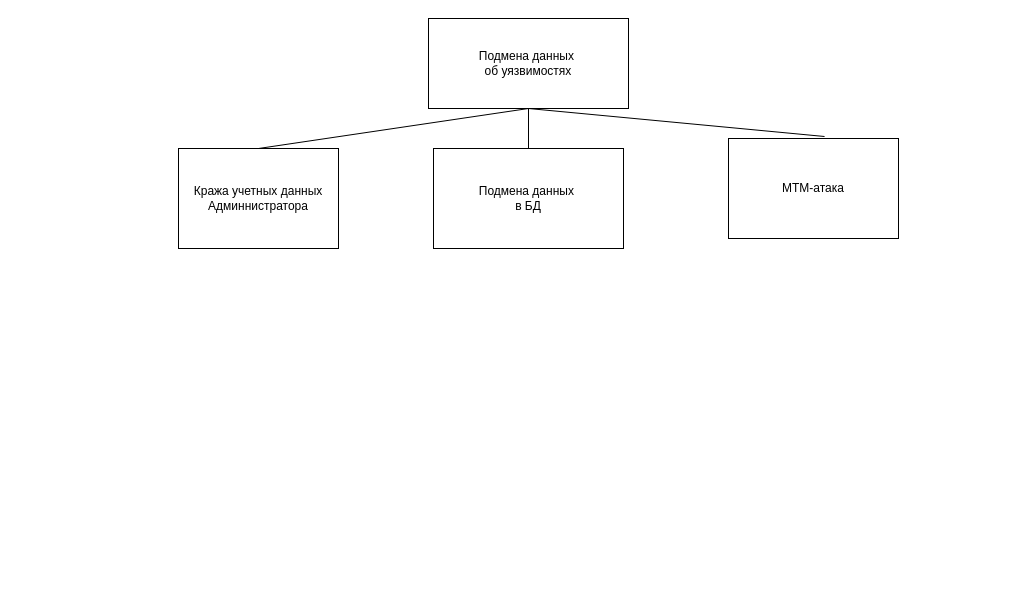
This is page "Page-3" (3 of 5) of Дерево опасности несанкционированного доступа пользователя.drawio from oussamanech/Git01, a draw.io file, before an edit. Source tidied: cells renumbered, new cells numbered last; positions are measured from the earlier drawing's top-left corner, leaving out a move shared by most shapes. Both pictures are drawn from the tidied source at 100%, with x=0, y=0 at pixel (178, 18).
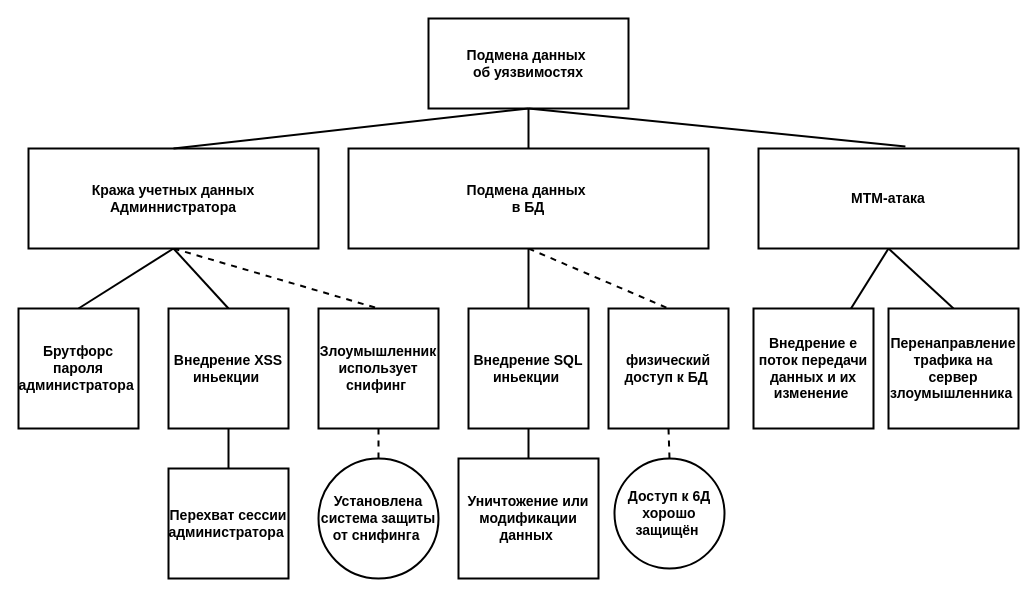
The same page after the edit.

Change to the diagram source:
```diff
@@
-    <mxCell id="2" value="Подмена данных&amp;nbsp;&lt;br&gt;об уязвимостях" style="rounded=0;whiteSpace=wrap;html=1;" parent="1" vertex="1">
+    <mxCell id="2" value="Подмена данных&amp;nbsp;&lt;br style=&quot;font-size: 14px;&quot;&gt;об уязвимостях" style="rounded=0;whiteSpace=wrap;html=1;fontSize=14;fontStyle=1;strokeWidth=2;" parent="1" vertex="1">
       <mxGeometry x="250" width="200" height="90" as="geometry" />
     </mxCell>
+    <mxCell id="9" style="edgeStyle=none;rounded=0;sketch=0;jumpStyle=none;jettySize=auto;html=1;exitX=0.5;exitY=1;exitDx=0;exitDy=0;entryX=0.5;entryY=0;entryDx=0;entryDy=0;shadow=0;fontSize=14;endArrow=none;endFill=0;strokeColor=default;strokeWidth=2;fontStyle=1;" parent="1" edge="1" source="3" target="16">
+      <mxGeometry relative="1" as="geometry" />
+    </mxCell>
+    <mxCell id="10" style="edgeStyle=none;rounded=0;sketch=0;jumpStyle=none;jettySize=auto;html=1;exitX=0.5;exitY=1;exitDx=0;exitDy=0;entryX=0.5;entryY=0;entryDx=0;entryDy=0;shadow=0;fontSize=14;endArrow=none;endFill=0;strokeColor=default;strokeWidth=2;fontStyle=1;" parent="1" edge="1" source="3" target="18">
+      <mxGeometry relative="1" as="geometry" />
+    </mxCell>
+    <mxCell id="11" style="edgeStyle=none;rounded=0;sketch=0;jumpStyle=none;jettySize=auto;html=1;exitX=0.5;exitY=1;exitDx=0;exitDy=0;entryX=0.5;entryY=0;entryDx=0;entryDy=0;shadow=0;fontSize=14;endArrow=none;endFill=0;strokeColor=default;strokeWidth=2;dashed=1;fontStyle=1;" parent="1" edge="1" source="3" target="20">
+      <mxGeometry relative="1" as="geometry" />
+    </mxCell>
-    <mxCell id="3" value="Кража учетных данных&lt;br&gt;Админнистратора" style="rounded=0;whiteSpace=wrap;html=1;" parent="1" vertex="1">
-      <mxGeometry y="130" width="160" height="100" as="geometry" />
+    <mxCell id="3" value="Кража учетных данных&lt;br style=&quot;font-size: 14px;&quot;&gt;Админнистратора" style="rounded=0;whiteSpace=wrap;html=1;fontSize=14;fontStyle=1;strokeWidth=2;" parent="1" vertex="1">
+      <mxGeometry x="-150" y="130" width="290" height="100" as="geometry" />
     </mxCell>
+    <mxCell id="12" style="edgeStyle=none;rounded=0;sketch=0;jumpStyle=none;jettySize=auto;html=1;exitX=0.5;exitY=1;exitDx=0;exitDy=0;entryX=0.5;entryY=0;entryDx=0;entryDy=0;shadow=0;fontSize=14;endArrow=none;endFill=0;strokeColor=default;strokeWidth=2;fontStyle=1;" parent="1" edge="1" source="4" target="22">
+      <mxGeometry relative="1" as="geometry" />
+    </mxCell>
+    <mxCell id="13" style="edgeStyle=none;rounded=0;sketch=0;jumpStyle=none;jettySize=auto;html=1;exitX=0.5;exitY=1;exitDx=0;exitDy=0;entryX=0.5;entryY=0;entryDx=0;entryDy=0;shadow=0;fontSize=14;endArrow=none;endFill=0;strokeColor=default;strokeWidth=2;dashed=1;fontStyle=1;" parent="1" edge="1" source="4" target="26">
+      <mxGeometry relative="1" as="geometry" />
+    </mxCell>
-    <mxCell id="4" value="Подмена данных&amp;nbsp;&lt;br&gt;в БД" style="rounded=0;whiteSpace=wrap;html=1;" parent="1" vertex="1">
-      <mxGeometry x="255" y="130" width="190" height="100" as="geometry" />
+    <mxCell id="4" value="Подмена данных&amp;nbsp;&lt;br style=&quot;font-size: 14px;&quot;&gt;в БД" style="rounded=0;whiteSpace=wrap;html=1;fontSize=14;fontStyle=1;strokeWidth=2;" parent="1" vertex="1">
+      <mxGeometry x="170" y="130" width="360" height="100" as="geometry" />
     </mxCell>
+    <mxCell id="14" style="edgeStyle=none;rounded=0;sketch=0;jumpStyle=none;jettySize=auto;html=1;exitX=0.5;exitY=1;exitDx=0;exitDy=0;shadow=0;fontSize=14;endArrow=none;endFill=0;strokeColor=default;strokeWidth=2;fontStyle=1;" parent="1" edge="1" source="5" target="27">
+      <mxGeometry relative="1" as="geometry" />
+    </mxCell>
+    <mxCell id="15" style="edgeStyle=none;rounded=0;sketch=0;jumpStyle=none;jettySize=auto;html=1;exitX=0.5;exitY=1;exitDx=0;exitDy=0;entryX=0.5;entryY=0;entryDx=0;entryDy=0;shadow=0;fontSize=14;endArrow=none;endFill=0;strokeColor=default;strokeWidth=2;fontStyle=1;" parent="1" edge="1" source="5" target="28">
+      <mxGeometry relative="1" as="geometry" />
+    </mxCell>
-    <mxCell id="5" value="МТМ-атака" style="rounded=0;whiteSpace=wrap;html=1;" parent="1" vertex="1">
-      <mxGeometry x="550" y="120" width="170" height="100" as="geometry" />
+    <mxCell id="5" value="МТМ-атака" style="rounded=0;whiteSpace=wrap;html=1;fontSize=14;fontStyle=1;strokeWidth=2;" parent="1" vertex="1">
+      <mxGeometry x="580" y="130" width="260" height="100" as="geometry" />
     </mxCell>
-    <mxCell id="6" style="endArrow=none;html=1;rounded=0;shadow=0;sketch=0;strokeColor=default;jumpStyle=none;entryX=0.5;entryY=1;entryDx=0;entryDy=0;exitX=0.5;exitY=0;exitDx=0;exitDy=0;" parent="1" edge="1" source="3" target="2">
+    <mxCell id="6" style="endArrow=none;html=1;rounded=0;shadow=0;sketch=0;strokeColor=default;jumpStyle=none;entryX=0.5;entryY=1;entryDx=0;entryDy=0;exitX=0.5;exitY=0;exitDx=0;exitDy=0;fontSize=14;fontStyle=1;strokeWidth=2;" parent="1" edge="1" source="3" target="2">
       <mxGeometry relative="1" as="geometry" />
     </mxCell>
-    <mxCell id="7" style="endArrow=none;html=1;rounded=0;shadow=0;sketch=0;strokeColor=default;jumpStyle=none;entryX=0.5;entryY=1;entryDx=0;entryDy=0;exitX=0.565;exitY=-0.02;exitDx=0;exitDy=0;exitPerimeter=0;" parent="1" edge="1" source="5" target="2">
+    <mxCell id="7" style="endArrow=none;html=1;rounded=0;shadow=0;sketch=0;strokeColor=default;jumpStyle=none;entryX=0.5;entryY=1;entryDx=0;entryDy=0;exitX=0.565;exitY=-0.02;exitDx=0;exitDy=0;exitPerimeter=0;fontSize=14;fontStyle=1;strokeWidth=2;" parent="1" edge="1" source="5" target="2">
       <mxGeometry relative="1" as="geometry" />
     </mxCell>
-    <mxCell id="8" style="endArrow=none;html=1;rounded=0;shadow=0;sketch=0;strokeColor=default;jumpStyle=none;entryX=0.5;entryY=1;entryDx=0;entryDy=0;" parent="1" edge="1" source="4" target="2">
+    <mxCell id="8" style="endArrow=none;html=1;rounded=0;shadow=0;sketch=0;strokeColor=default;jumpStyle=none;entryX=0.5;entryY=1;entryDx=0;entryDy=0;fontSize=14;fontStyle=1;strokeWidth=2;" parent="1" edge="1" source="4" target="2">
       <mxGeometry relative="1" as="geometry" />
     </mxCell>
+    <mxCell id="16" value="Брутфорс пароля администратора&amp;nbsp;" style="rounded=0;whiteSpace=wrap;html=1;fontSize=14;strokeWidth=2;fontStyle=1;" parent="1" vertex="1">
+      <mxGeometry x="-160" y="290" width="120" height="120" as="geometry" />
+    </mxCell>
+    <mxCell id="17" style="edgeStyle=none;rounded=0;sketch=0;jumpStyle=none;jettySize=auto;html=1;exitX=0.5;exitY=1;exitDx=0;exitDy=0;entryX=0.5;entryY=0;entryDx=0;entryDy=0;shadow=0;fontSize=14;endArrow=none;endFill=0;strokeColor=default;strokeWidth=2;fontStyle=1;" parent="1" edge="1" source="18" target="23">
+      <mxGeometry relative="1" as="geometry" />
+    </mxCell>
+    <mxCell id="18" value="Внедрение XSS иньекции&amp;nbsp;" style="rounded=0;whiteSpace=wrap;html=1;fontSize=14;strokeWidth=2;fontStyle=1;" parent="1" vertex="1">
+      <mxGeometry x="-10" y="290" width="120" height="120" as="geometry" />
+    </mxCell>
+    <mxCell id="19" style="edgeStyle=none;rounded=0;sketch=0;jumpStyle=none;jettySize=auto;html=1;exitX=0.5;exitY=1;exitDx=0;exitDy=0;entryX=0.5;entryY=0;entryDx=0;entryDy=0;shadow=0;fontSize=14;endArrow=none;endFill=0;strokeColor=default;strokeWidth=2;dashed=1;fontStyle=1;" parent="1" edge="1" source="20" target="24">
+      <mxGeometry relative="1" as="geometry" />
+    </mxCell>
+    <mxCell id="20" value="Злоумышленник использует снифинг&amp;nbsp;" style="rounded=0;whiteSpace=wrap;html=1;fontSize=14;strokeWidth=2;fontStyle=1;" parent="1" vertex="1">
+      <mxGeometry x="140" y="290" width="120" height="120" as="geometry" />
+    </mxCell>
+    <mxCell id="21" style="edgeStyle=none;rounded=0;sketch=0;jumpStyle=none;jettySize=auto;html=1;exitX=0.5;exitY=1;exitDx=0;exitDy=0;entryX=0.5;entryY=0;entryDx=0;entryDy=0;shadow=0;fontSize=14;endArrow=none;endFill=0;strokeColor=default;strokeWidth=2;fontStyle=1;" parent="1" edge="1" source="22" target="29">
+      <mxGeometry relative="1" as="geometry" />
+    </mxCell>
+    <mxCell id="22" value="Внедрение SQL иньекции&amp;nbsp;" style="rounded=0;whiteSpace=wrap;html=1;fontSize=14;strokeWidth=2;fontStyle=1;" parent="1" vertex="1">
+      <mxGeometry x="290" y="290" width="120" height="120" as="geometry" />
+    </mxCell>
+    <mxCell id="23" value="Перехват сессии администратора&amp;nbsp;" style="rounded=0;whiteSpace=wrap;html=1;fontSize=14;strokeWidth=2;fontStyle=1;" parent="1" vertex="1">
+      <mxGeometry x="-10" y="450" width="120" height="110" as="geometry" />
+    </mxCell>
+    <mxCell id="24" value="Установлена система защиты от снифинга&amp;nbsp;" style="ellipse;whiteSpace=wrap;html=1;fontSize=14;strokeWidth=2;fontStyle=1;" parent="1" vertex="1">
+      <mxGeometry x="140" y="440" width="120" height="120" as="geometry" />
+    </mxCell>
+    <mxCell id="25" style="edgeStyle=none;rounded=0;sketch=0;jumpStyle=none;jettySize=auto;html=1;exitX=0.5;exitY=1;exitDx=0;exitDy=0;entryX=0.5;entryY=0;entryDx=0;entryDy=0;shadow=0;fontSize=14;endArrow=none;endFill=0;strokeColor=default;strokeWidth=2;dashed=1;fontStyle=1;" parent="1" edge="1" source="26" target="30">
+      <mxGeometry relative="1" as="geometry" />
+    </mxCell>
+    <mxCell id="26" value="физический доступ к БД&amp;nbsp;" style="rounded=0;whiteSpace=wrap;html=1;fontSize=14;strokeWidth=2;fontStyle=1;" parent="1" vertex="1">
+      <mxGeometry x="430" y="290" width="120" height="120" as="geometry" />
+    </mxCell>
+    <mxCell id="27" value="Внедрение е поток передачи данных и их изменение&amp;nbsp;" style="rounded=0;whiteSpace=wrap;html=1;fontSize=14;strokeWidth=2;fontStyle=1;" parent="1" vertex="1">
+      <mxGeometry x="575" y="290" width="120" height="120" as="geometry" />
+    </mxCell>
+    <mxCell id="28" value="Перенаправление трафика на сервер злоумышленника&amp;nbsp;" style="rounded=0;whiteSpace=wrap;html=1;fontSize=14;strokeWidth=2;fontStyle=1;" parent="1" vertex="1">
+      <mxGeometry x="710" y="290" width="130" height="120" as="geometry" />
+    </mxCell>
+    <mxCell id="29" value="Уничтожение или модификации данных&amp;nbsp;" style="rounded=0;whiteSpace=wrap;html=1;fontSize=14;strokeWidth=2;fontStyle=1;" parent="1" vertex="1">
+      <mxGeometry x="280" y="440" width="140" height="120" as="geometry" />
+    </mxCell>
+    <mxCell id="30" value="Доступ к 6Д хорошо защищён&amp;nbsp;" style="ellipse;whiteSpace=wrap;html=1;fontSize=14;strokeWidth=2;fontStyle=1;" parent="1" vertex="1">
+      <mxGeometry x="436" y="440" width="110" height="110" as="geometry" />
+    </mxCell>
```
